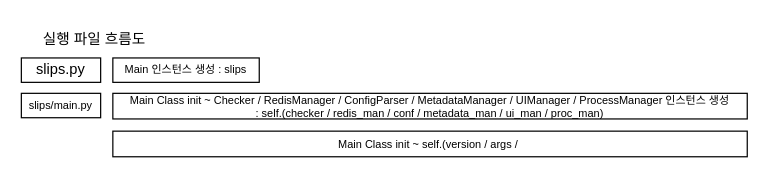
Above: Slips/slips.drawio in NeatyNut/Diagram (draw.io), before the change. Source tidied: cells renumbered, new cells numbered last; positions are measured from the earlier drawing's top-left corner, leaving out a move shared by most shapes. Both pictures are drawn from the tidied source at 122%, with x=0, y=0 at pixel (21, 21).
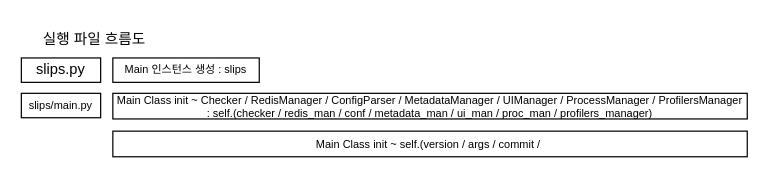
The same page after the edit.

What changed in the source:
```diff
@@
 <mxGraphModel>
   <root>
     <mxCell id="0" />
     <mxCell id="1" parent="0" />
     <mxCell id="2" value="실행 파일 흐름도" style="text;html=1;align=center;verticalAlign=middle;whiteSpace=wrap;rounded=0;" parent="1" vertex="1">
       <mxGeometry x="5" width="110" height="30" as="geometry" />
     </mxCell>
     <mxCell id="3" value="slips.py" style="rounded=0;html=1;whiteSpace=wrap;" parent="1" vertex="1">
       <mxGeometry y="30" width="65" height="20" as="geometry" />
     </mxCell>
     <mxCell id="4" value="slips/main.py" style="rounded=0;html=1;whiteSpace=wrap;fontSize=9;" parent="1" vertex="1">
       <mxGeometry y="59" width="65" height="20" as="geometry" />
     </mxCell>
     <mxCell id="5" value="Main 인스턴스 생성 : slips" style="rounded=0;html=1;whiteSpace=wrap;fontSize=9;" parent="1" vertex="1">
       <mxGeometry x="75" y="30" width="120" height="20" as="geometry" />
     </mxCell>
-    <mxCell id="6" value="Main Class init ~ Checker / RedisManager / ConfigParser / MetadataManager / UIManager / ProcessManager 인스턴스 생성&lt;div&gt;: self.(checker / redis_man / conf / metadata_man / ui_man / proc_man)&lt;/div&gt;" style="rounded=0;html=1;whiteSpace=wrap;fontSize=9;" parent="1" vertex="1">
+    <mxCell id="6" value="Main Class init ~ Checker / RedisManager / ConfigParser / MetadataManager / UIManager / ProcessManager / ProfilersManager&lt;div&gt;: self.(checker / redis_man / conf / metadata_man / ui_man / proc_man / profilers_manager)&lt;/div&gt;" style="rounded=0;html=1;whiteSpace=wrap;fontSize=9;" parent="1" vertex="1">
       <mxGeometry x="75" y="59" width="520" height="21" as="geometry" />
     </mxCell>
-    <mxCell id="7" value="Main Class init ~ self.(version / args /&amp;nbsp;" style="rounded=0;html=1;whiteSpace=wrap;fontSize=9;" parent="1" vertex="1">
+    <mxCell id="7" value="Main Class init ~ self.(version / args / commit /&amp;nbsp;" style="rounded=0;html=1;whiteSpace=wrap;fontSize=9;" parent="1" vertex="1">
       <mxGeometry x="75" y="90" width="520" height="21" as="geometry" />
     </mxCell>
   </root>
 </mxGraphModel>
```
